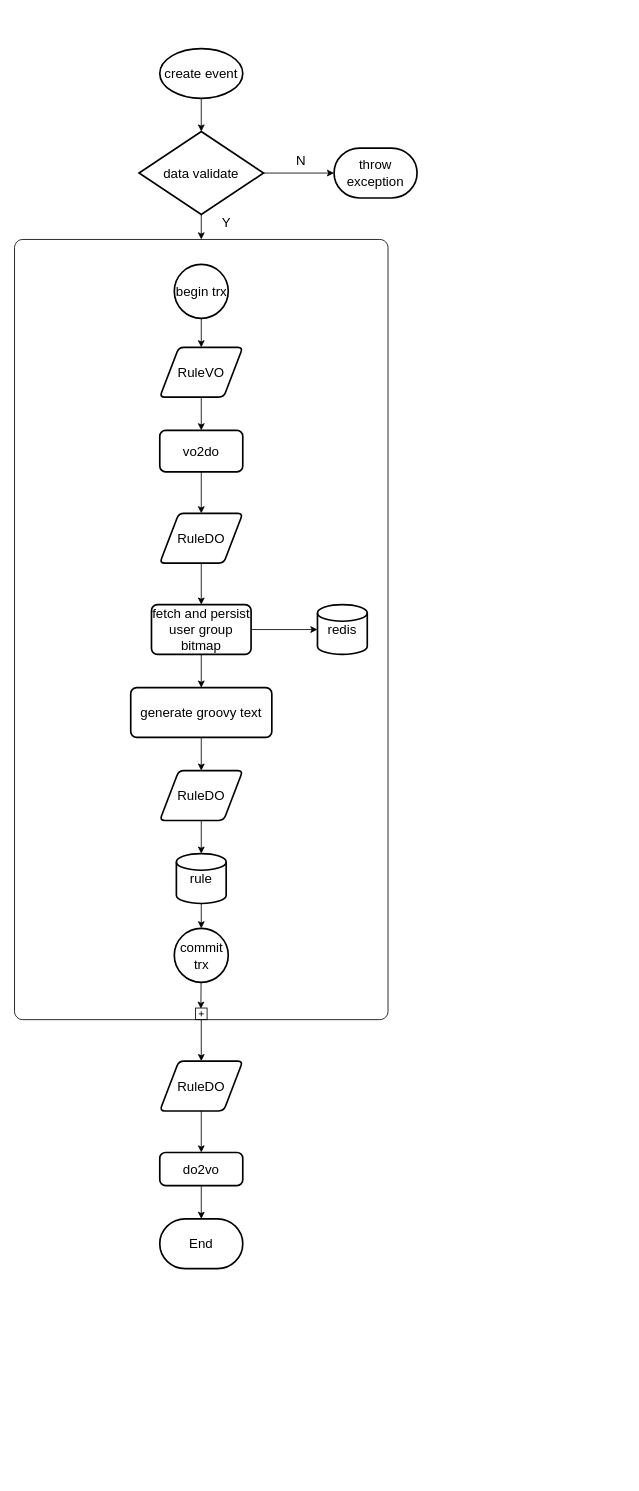
Earlier version of the draw.io diagram 事件中心/事件中心数据表.drawio (NeverMore93/draw). Source tidied: cells renumbered, new cells numbered last; positions are measured from the earlier drawing's top-left corner, leaving out a move shared by most shapes. Both pictures are drawn from the tidied source at 83%, with x=0, y=0 at pixel (14, 48).
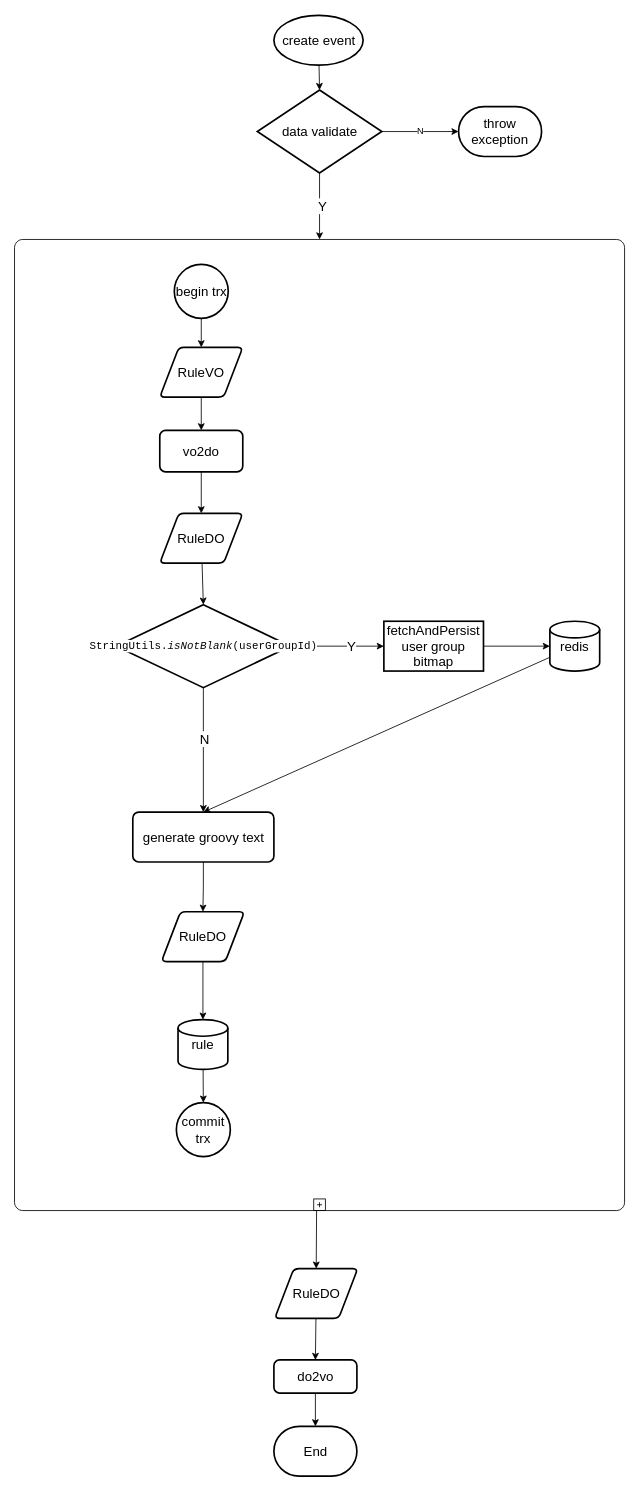
After the change.

Commit message:
更新事件中心数据表.drawio

Unchanged cells that the change refers to:
```xml
<mxCell id="16" value="begin trx" style="strokeWidth=2;html=1;shape=mxgraph.flowchart.start_2;whiteSpace=wrap;fontSize=16;" parent="1" vertex="1">
  <mxGeometry x="192.5" y="260" width="65" height="65" as="geometry" />
</mxCell>
<mxCell id="18" value="RuleDO" style="shape=parallelogram;html=1;strokeWidth=2;perimeter=parallelogramPerimeter;whiteSpace=wrap;rounded=1;arcSize=12;size=0.23;fontSize=16;" parent="1" vertex="1">
  <mxGeometry x="175" y="560" width="100" height="60" as="geometry" />
</mxCell>
```

The edit, as a diff of the source:
```diff
@@
     <mxCell id="3" value="create event" style="strokeWidth=2;html=1;shape=mxgraph.flowchart.start_1;whiteSpace=wrap;fontSize=16;" parent="1" vertex="1">
-      <mxGeometry x="175" width="100" height="60" as="geometry" />
+      <mxGeometry x="312.5" y="-40" width="107.5" height="60" as="geometry" />
     </mxCell>
-    <mxCell id="4" style="edgeStyle=orthogonalEdgeStyle;rounded=0;jettySize=auto;html=1;entryX=0;entryY=0.5;entryDx=0;entryDy=0;entryPerimeter=0;" parent="1" edge="1" source="6" target="36">
+    <mxCell id="4" value="N" style="edgeStyle=orthogonalEdgeStyle;rounded=0;jettySize=auto;html=1;entryX=0;entryY=0.5;entryDx=0;entryDy=0;entryPerimeter=0;" parent="1" edge="1" source="6" target="36">
       <mxGeometry relative="1" as="geometry" />
     </mxCell>
-    <mxCell id="5" style="rounded=0;jettySize=auto;html=1;entryX=0.5;entryY=0;entryDx=0;entryDy=0;entryPerimeter=0;fontSize=16;targetPerimeterSpacing=0;" parent="1" edge="1" source="6" target="10">
+    <mxCell id="5" style="edgeStyle=none;rounded=0;jettySize=auto;html=1;entryX=0.5;entryY=0;entryDx=0;entryDy=0;entryPerimeter=0;fontSize=16;" parent="1" edge="1" source="6" target="10">
       <mxGeometry relative="1" as="geometry" />
     </mxCell>
+    <mxCell id="38" value="Y" style="edgeLabel;html=1;align=center;verticalAlign=middle;fontSize=16;" parent="5" vertex="1">
+      <mxGeometry x="-0.03" y="3" relative="1" as="geometry" />
+    </mxCell>
     <mxCell id="6" value="data validate" style="strokeWidth=2;html=1;shape=mxgraph.flowchart.decision;whiteSpace=wrap;fontSize=16;" parent="1" vertex="1">
-      <mxGeometry x="150" y="100" width="150" height="100" as="geometry" />
+      <mxGeometry x="292.5" y="50" width="150" height="100" as="geometry" />
     </mxCell>
-    <mxCell id="7" value="N" style="text;html=1;align=center;verticalAlign=middle;strokeColor=none;fillColor=none;fontSize=16;" parent="1" vertex="1">
-      <mxGeometry x="325" y="120" width="40" height="30" as="geometry" />
-    </mxCell>
@@
-    <mxCell id="9" style="edgeStyle=orthogonalEdgeStyle;rounded=0;jettySize=auto;html=1;exitX=0.5;exitY=0;exitDx=0;exitDy=0;exitPerimeter=0;entryX=0.5;entryY=0;entryDx=0;entryDy=0;entryPerimeter=0;" parent="1" edge="1" source="10" target="16">
-      <mxGeometry relative="1" as="geometry" />
-    </mxCell>
     <mxCell id="10" style="points=[[0.25,0,0],[0.5,0,0],[0.75,0,0],[1,0.25,0],[1,0.5,0],[1,0.75,0],[0.75,1,0],[0.5,1,0],[0.25,1,0],[0,0.75,0],[0,0.5,0],[0,0.25,0]];shape=mxgraph.bpmn.task;whiteSpace=wrap;rectStyle=rounded;size=10;html=1;taskMarker=abstract;isLoopSub=1;fontSize=16;" parent="1" vertex="1">
-      <mxGeometry y="230" width="450" height="940" as="geometry" />
+      <mxGeometry y="230" width="735" height="1170" as="geometry" />
     </mxCell>
@@
-    <mxCell id="17" style="edgeStyle=orthogonalEdgeStyle;rounded=0;jettySize=auto;html=1;fontSize=16;" parent="1" edge="1" source="18" target="21">
+    <mxCell id="17" style="rounded=0;jettySize=auto;html=1;fontSize=16;entryX=0.5;entryY=0;entryDx=0;entryDy=0;entryPerimeter=0;" parent="1" edge="1" source="18" target="43">
       <mxGeometry relative="1" as="geometry" />
     </mxCell>
@@
-    <mxCell id="19" style="edgeStyle=orthogonalEdgeStyle;rounded=0;jettySize=auto;html=1;fontSize=16;" parent="1" edge="1" source="21" target="23">
-      <mxGeometry relative="1" as="geometry" />
-    </mxCell>
-    <mxCell id="20" style="edgeStyle=orthogonalEdgeStyle;rounded=0;jettySize=auto;html=1;fontSize=16;" parent="1" edge="1" source="21" target="24">
-      <mxGeometry relative="1" as="geometry" />
-    </mxCell>
-    <mxCell id="21" value="fetch and persist user group bitmap" style="whiteSpace=wrap;html=1;fontSize=16;strokeWidth=2;rounded=1;arcSize=12;" parent="1" vertex="1">
-      <mxGeometry x="165" y="670" width="120" height="60" as="geometry" />
-    </mxCell>
@@
     <mxCell id="23" value="generate groovy text" style="whiteSpace=wrap;html=1;fontSize=16;strokeWidth=2;rounded=1;arcSize=12;" parent="1" vertex="1">
-      <mxGeometry x="140" y="770" width="170" height="60" as="geometry" />
+      <mxGeometry x="142.5" y="920" width="170" height="60" as="geometry" />
     </mxCell>
+    <mxCell id="39" style="edgeStyle=none;rounded=0;jettySize=auto;html=1;entryX=0.5;entryY=0;entryDx=0;entryDy=0;fontSize=16;" parent="1" edge="1" source="24" target="23">
+      <mxGeometry relative="1" as="geometry" />
+    </mxCell>
     <mxCell id="24" value="redis" style="strokeWidth=2;html=1;shape=mxgraph.flowchart.database;whiteSpace=wrap;fontSize=16;" parent="1" vertex="1">
-      <mxGeometry x="365" y="670" width="60" height="60" as="geometry" />
+      <mxGeometry x="645" y="690" width="60" height="60" as="geometry" />
     </mxCell>
@@
     <mxCell id="26" value="RuleDO" style="shape=parallelogram;html=1;strokeWidth=2;perimeter=parallelogramPerimeter;whiteSpace=wrap;rounded=1;arcSize=12;size=0.23;fontSize=16;" parent="1" vertex="1">
-      <mxGeometry x="175" y="870" width="100" height="60" as="geometry" />
+      <mxGeometry x="177" y="1040" width="100" height="60" as="geometry" />
     </mxCell>
@@
     <mxCell id="28" value="rule" style="strokeWidth=2;html=1;shape=mxgraph.flowchart.database;whiteSpace=wrap;fontSize=16;" parent="1" vertex="1">
-      <mxGeometry x="195" y="970" width="60" height="60" as="geometry" />
+      <mxGeometry x="197" y="1170" width="60" height="60" as="geometry" />
     </mxCell>
-    <mxCell id="29" style="edgeStyle=none;rounded=0;jettySize=auto;html=1;entryX=0.499;entryY=0.986;entryDx=0;entryDy=0;entryPerimeter=0;fontSize=16;" parent="1" edge="1" source="30" target="10">
-      <mxGeometry relative="1" as="geometry" />
-    </mxCell>
     <mxCell id="30" value="commit trx" style="strokeWidth=2;html=1;shape=mxgraph.flowchart.start_2;whiteSpace=wrap;fontSize=16;" parent="1" vertex="1">
-      <mxGeometry x="192.5" y="1060" width="65" height="65" as="geometry" />
+      <mxGeometry x="195" y="1270" width="65" height="65" as="geometry" />
     </mxCell>
-    <mxCell id="31" value="Y" style="text;html=1;align=center;verticalAlign=middle;strokeColor=none;fillColor=none;fontSize=16;" parent="1" vertex="1">
-      <mxGeometry x="240" y="195" width="30" height="30" as="geometry" />
-    </mxCell>
@@
     <mxCell id="33" value="RuleDO" style="shape=parallelogram;html=1;strokeWidth=2;perimeter=parallelogramPerimeter;whiteSpace=wrap;rounded=1;arcSize=12;size=0.23;fontSize=16;" parent="1" vertex="1">
-      <mxGeometry x="175" y="1220" width="100" height="60" as="geometry" />
+      <mxGeometry x="313.5" y="1470" width="100" height="60" as="geometry" />
     </mxCell>
@@
     <mxCell id="35" value="do2vo" style="rounded=1;whiteSpace=wrap;html=1;absoluteArcSize=1;arcSize=14;strokeWidth=2;fontSize=16;" parent="1" vertex="1">
-      <mxGeometry x="175" y="1330" width="100" height="40" as="geometry" />
+      <mxGeometry x="312.5" y="1580" width="100" height="40" as="geometry" />
     </mxCell>
     <mxCell id="36" value="&lt;span style=&quot;font-size: 16px;&quot;&gt;throw exception&lt;/span&gt;" style="strokeWidth=2;html=1;shape=mxgraph.flowchart.terminator;whiteSpace=wrap;" parent="1" vertex="1">
-      <mxGeometry x="385" y="120" width="100" height="60" as="geometry" />
+      <mxGeometry x="535" y="70" width="100" height="60" as="geometry" />
     </mxCell>
     <mxCell id="37" value="End" style="strokeWidth=2;html=1;shape=mxgraph.flowchart.terminator;whiteSpace=wrap;fontSize=16;" parent="1" vertex="1">
-      <mxGeometry x="175" y="1410" width="100" height="60" as="geometry" />
+      <mxGeometry x="312.5" y="1660" width="100" height="60" as="geometry" />
     </mxCell>
+    <mxCell id="40" style="edgeStyle=none;rounded=0;jettySize=auto;html=1;fontSize=16;" parent="1" edge="1" source="43" target="45">
+      <mxGeometry relative="1" as="geometry" />
+    </mxCell>
+    <mxCell id="41" value="Y" style="edgeLabel;html=1;align=center;verticalAlign=middle;fontSize=16;" parent="40" vertex="1">
+      <mxGeometry x="0.29" y="1" relative="1" as="geometry" />
+    </mxCell>
+    <mxCell id="42" style="edgeStyle=none;rounded=0;jettySize=auto;html=1;entryX=0.5;entryY=0;entryDx=0;entryDy=0;fontSize=16;" parent="1" edge="1" source="43" target="23">
+      <mxGeometry relative="1" as="geometry" />
+    </mxCell>
+    <mxCell id="7" value="N" style="edgeLabel;html=1;align=center;verticalAlign=middle;fontSize=16;" parent="42" vertex="1">
+      <mxGeometry x="-0.19" y="1" relative="1" as="geometry" />
+    </mxCell>
+    <mxCell id="43" value="&lt;pre style=&quot;background-color:#ffffff;color:#080808;font-family:'JetBrains Mono',monospace;font-size:9.8pt;&quot;&gt;&lt;span style=&quot;color:#000000;&quot;&gt;StringUtils&lt;/span&gt;.&lt;span style=&quot;font-style:italic;&quot;&gt;isNotBlank&lt;/span&gt;(&lt;span style=&quot;color:#000000;&quot;&gt;userGroupId&lt;/span&gt;)&lt;/pre&gt;" style="strokeWidth=2;html=1;shape=mxgraph.flowchart.decision;whiteSpace=wrap;fontSize=16;" parent="1" vertex="1">
+      <mxGeometry x="122.5" y="670" width="210" height="100" as="geometry" />
+    </mxCell>
+    <mxCell id="44" style="edgeStyle=none;rounded=0;jettySize=auto;html=1;entryX=0;entryY=0.5;entryDx=0;entryDy=0;entryPerimeter=0;fontSize=16;" parent="1" edge="1" source="45" target="24">
+      <mxGeometry relative="1" as="geometry" />
+    </mxCell>
+    <mxCell id="45" value="fetchAndPersist user group bitmap" style="whiteSpace=wrap;html=1;fontSize=16;strokeWidth=2;" parent="1" vertex="1">
+      <mxGeometry x="445" y="690" width="120" height="60" as="geometry" />
+    </mxCell>
```
